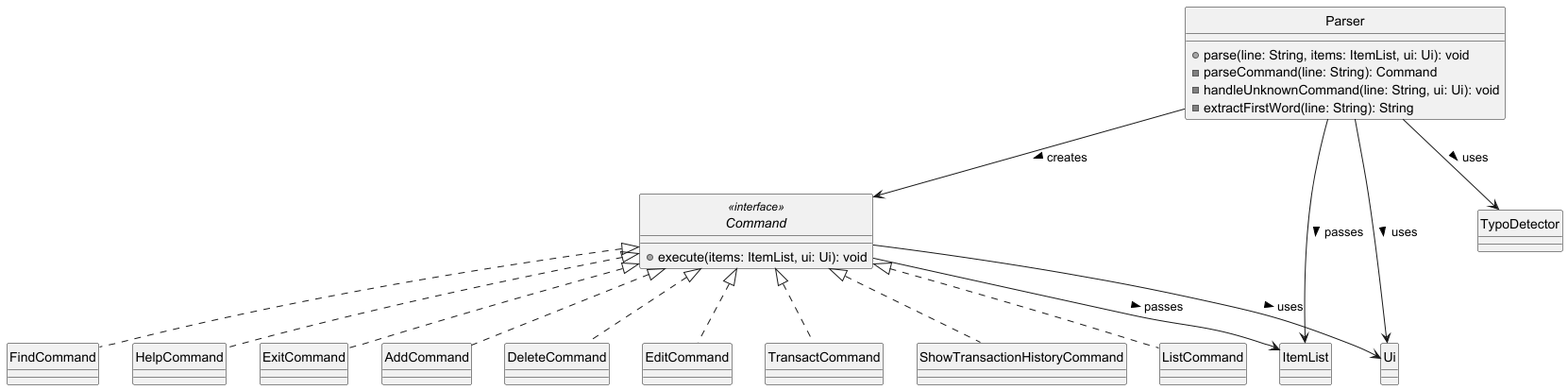
Before: docs/diagrams/ParserClassDiagram.png, a diagram exported from PlantUML (adbsw/tp). Source of this version:
```plantuml
@startuml

skinparam monochrome true
skinparam shadowing false
hide circle



    class Parser {
        + parse(line: String, items: ItemList, ui: Ui): void
        - parseCommand(line: String): Command
        - handleUnknownCommand(line: String, ui: Ui): void
        - extractFirstWord(line: String): String
    }

    interface Command <<interface>> {
        + execute(items: ItemList, ui: Ui): void
    }

    class AddCommand
    class DeleteCommand
    class EditCommand
    class TransactCommand
    class ShowTransactionHistoryCommand
    class ListCommand
    class FindCommand
    class HelpCommand
    class ExitCommand

    class TypoDetector



    class ItemList



    class Ui


Parser --> Command : creates >
Parser --> TypoDetector : uses >
Parser --> Ui : uses >
Parser --> ItemList : passes >

Command --> Ui : uses >
Command --> ItemList : passes >

Command <|.. AddCommand
Command <|.. DeleteCommand
Command <|.. EditCommand
Command <|.. TransactCommand
Command <|.. ShowTransactionHistoryCommand
Command <|.. ListCommand
Command <|.. FindCommand
Command <|.. HelpCommand
Command <|.. ExitCommand

@enduml
```
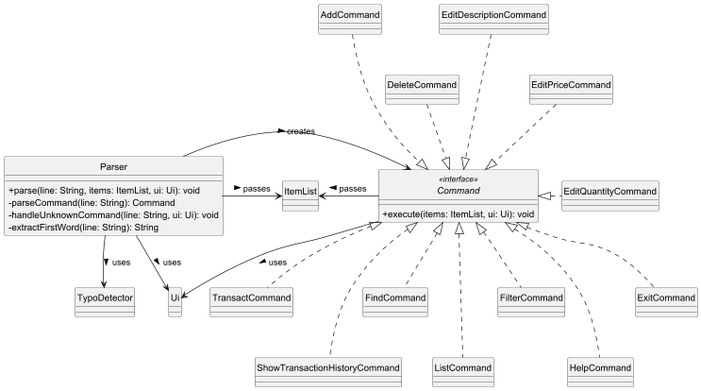
Later version of the same file.

What changed in the source:
```diff
@@ -2,58 +2,59 @@
 
 skinparam monochrome true
 skinparam shadowing false
+skinparam classAttributeIconSize 0
 hide circle
 
 
+interface Command <<interface>> {
+    + execute(items: ItemList, ui: Ui): void
+}
 
-    class Parser {
-        + parse(line: String, items: ItemList, ui: Ui): void
-        - parseCommand(line: String): Command
-        - handleUnknownCommand(line: String, ui: Ui): void
-        - extractFirstWord(line: String): String
-    }
+class Parser {
+    + parse(line: String, items: ItemList, ui: Ui): void
+    - parseCommand(line: String): Command
+    - handleUnknownCommand(line: String, ui: Ui): void
+    - extractFirstWord(line: String): String
+}
 
-    interface Command <<interface>> {
-        + execute(items: ItemList, ui: Ui): void
-    }
+class AddCommand
+class DeleteCommand
+class EditDescriptionCommand
+class EditPriceCommand
+class EditQuantityCommand
+class TransactCommand
+class ShowTransactionHistoryCommand
+class FindCommand
+class ListCommand
+class FilterCommand
+class HelpCommand
+class ExitCommand
 
-    class AddCommand
-    class DeleteCommand
-    class EditCommand
-    class TransactCommand
-    class ShowTransactionHistoryCommand
-    class ListCommand
-    class FindCommand
-    class HelpCommand
-    class ExitCommand
+class TypoDetector
 
-    class TypoDetector
+class ItemList
 
+class Ui
 
-
-    class ItemList
-
-
-
-    class Ui
-
-
-Parser --> Command : creates >
+Parser -> Command : creates >
 Parser --> TypoDetector : uses >
 Parser --> Ui : uses >
-Parser --> ItemList : passes >
+Parser -right-> ItemList : passes >
 
 Command --> Ui : uses >
-Command --> ItemList : passes >
+Command -left-> ItemList : passes >
 
-Command <|.. AddCommand
-Command <|.. DeleteCommand
-Command <|.. EditCommand
-Command <|.. TransactCommand
-Command <|.. ShowTransactionHistoryCommand
-Command <|.. ListCommand
-Command <|.. FindCommand
-Command <|.. HelpCommand
-Command <|.. ExitCommand
+AddCommand ...down|> Command
+DeleteCommand ..down|> Command
+EditDescriptionCommand ...down|> Command
+EditPriceCommand ..down|> Command
+EditQuantityCommand ...left|> Command
+TransactCommand ..up|> Command
+ShowTransactionHistoryCommand ...up|> Command
+FindCommand ..up|> Command
+ListCommand ...up|> Command
+FilterCommand ..up|> Command
+HelpCommand ...up|> Command
+ExitCommand ..up|> Command
 
 @enduml
```
